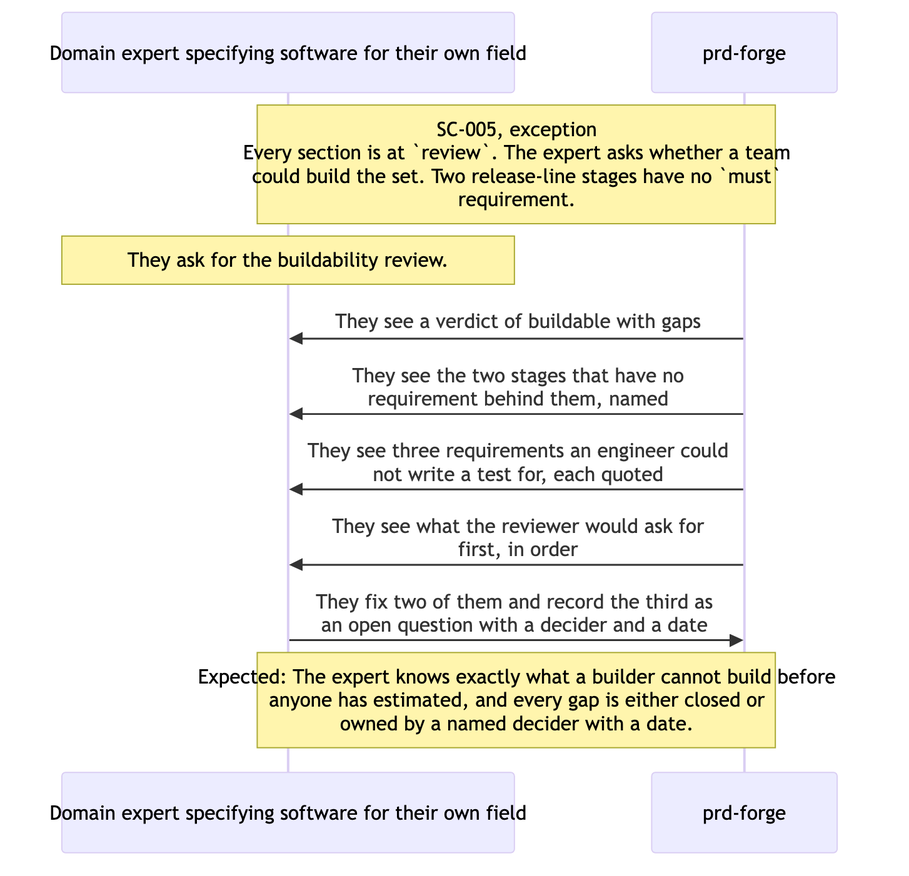
Earlier version of the Mermaid export docs/prd/prd-forge/diagrams/SC-005.png (SpillwaveSolutions/prd-forge). Its source is kept beside it as docs/prd/prd-forge/diagrams/SC-005.mmd. Source of this version:
```mermaid
sequenceDiagram
  participant P as Domain expert specifying software for their own field
  participant S as prd-forge
  Note over P,S: SC-005, exception<br/>Every section is at `review`. The expert asks whether a team<br/>could build the set. Two release-line stages have no `must`<br/>requirement.
  Note over P: They ask for the buildability review.
  S->>P: They see a verdict of buildable with gaps
  S->>P: They see the two stages that have no<br/>requirement behind them, named
  S->>P: They see three requirements an engineer could<br/>not write a test for, each quoted
  S->>P: They see what the reviewer would ask for<br/>first, in order
  P->>S: They fix two of them and record the third as<br/>an open question with a decider and a date
  Note over P,S: Expected: The expert knows exactly what a builder cannot build before<br/>anyone has estimated, and every gap is either closed or<br/>owned by a named decider with a date.
```
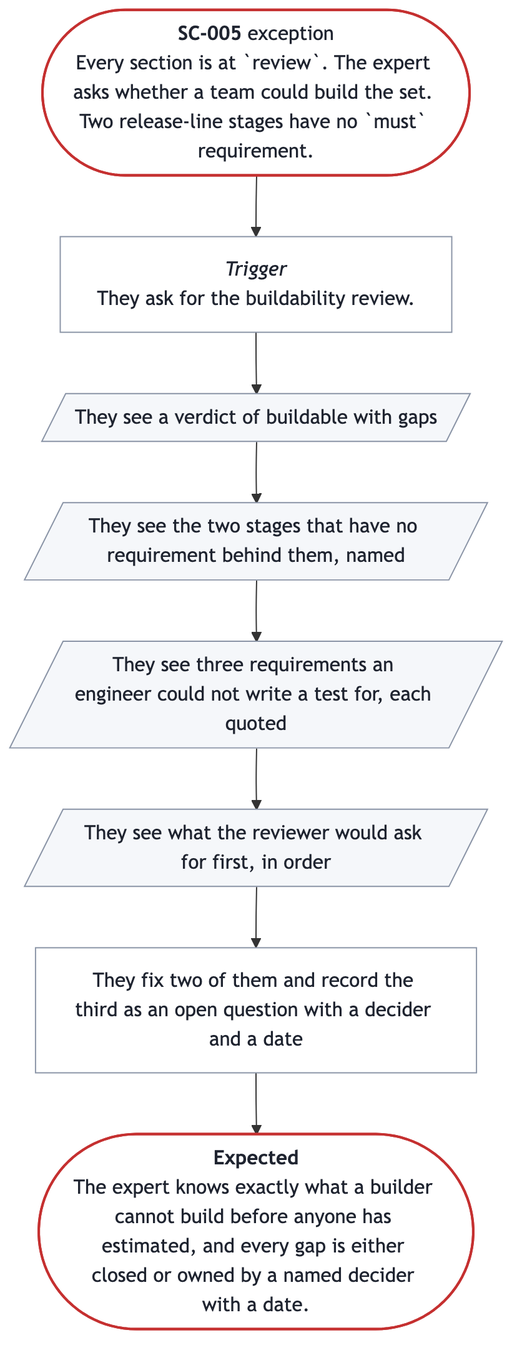
Above is the later version.

Diff of the diagram source:
```diff
@@ -1,11 +1,21 @@
-sequenceDiagram
-  participant P as Domain expert specifying software for their own field
-  participant S as prd-forge
-  Note over P,S: SC-005, exception<br/>Every section is at `review`. The expert asks whether a team<br/>could build the set. Two release-line stages have no `must`<br/>requirement.
-  Note over P: They ask for the buildability review.
-  S->>P: They see a verdict of buildable with gaps
-  S->>P: They see the two stages that have no<br/>requirement behind them, named
-  S->>P: They see three requirements an engineer could<br/>not write a test for, each quoted
-  S->>P: They see what the reviewer would ask for<br/>first, in order
-  P->>S: They fix two of them and record the third as<br/>an open question with a decider and a date
-  Note over P,S: Expected: The expert knows exactly what a builder cannot build before<br/>anyone has estimated, and every gap is either closed or<br/>owned by a named decider with a date.
+%%{init: {"flowchart": {"wrappingWidth": 300}}}%%
+flowchart TB
+  start(["<b>SC-005</b> exception<br/>Every section is at `review`. The expert asks whether a team could build the set. Two release-line stages have no `must` requirement."])
+  trigger["<i>Trigger</i><br/>They ask for the buildability review."]
+  s0[/"They see a verdict of buildable with gaps"/]
+  s1[/"They see the two stages that have no requirement behind them, named"/]
+  s2[/"They see three requirements an engineer could not write a test for, each quoted"/]
+  s3[/"They see what the reviewer would ask for first, in order"/]
+  s4["They fix two of them and record the third as an open question with a decider and a date"]
+  done(["<b>Expected</b><br/>The expert knows exactly what a builder cannot build before anyone has estimated, and every gap is either closed or owned by a named decider with a date."])
+  start --> trigger --> s0 --> s1 --> s2 --> s3 --> s4 --> done
+  classDef ends fill:#FFFFFF,stroke:#C53030,stroke-width:2px,color:#1F2430
+  classDef sees fill:#F5F7FA,stroke:#8A94A6,color:#1F2430
+  classDef does fill:#FFFFFF,stroke:#8A94A6,color:#1F2430
+  class start,done ends
+  class s0 sees
+  class s1 sees
+  class s2 sees
+  class s3 sees
+  class s4 does
+  class trigger does
```
